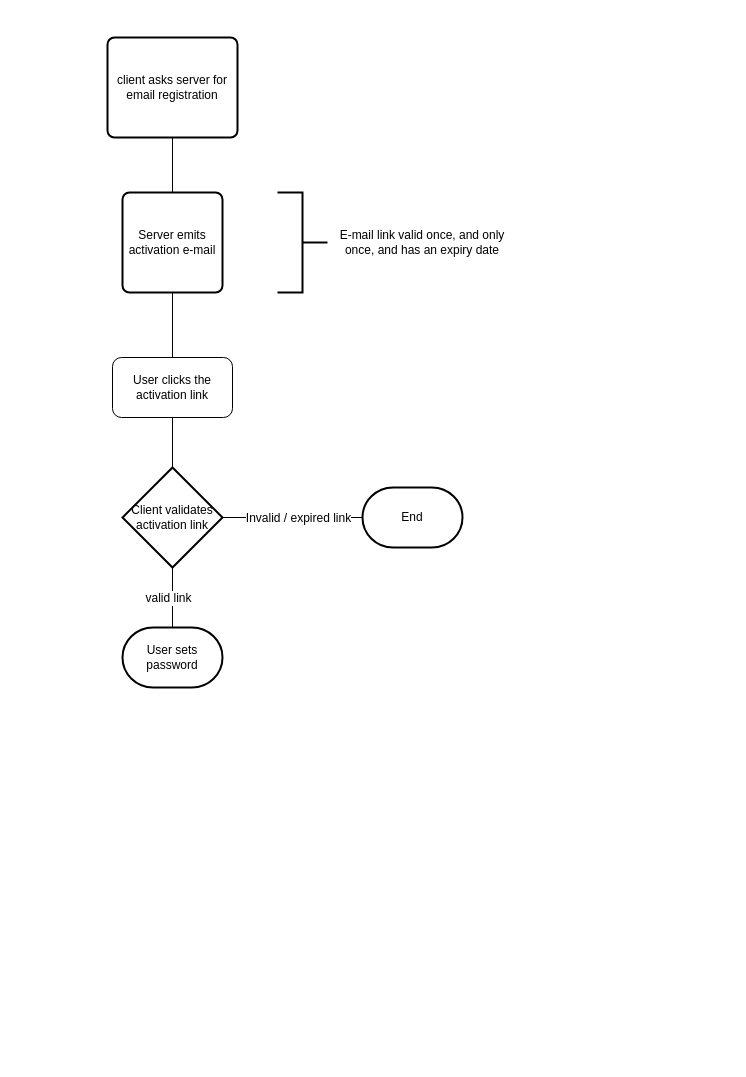
Before: features/Authentication/UserRegistration.drawio in shopozor/saleor-backend, a draw.io diagram. Source tidied: cells renumbered, new cells numbered last; positions are measured from the earlier drawing's top-left corner, leaving out a move shared by most shapes. Both pictures are drawn from the tidied source at 100%, with x=0, y=0 at pixel (107, 37).
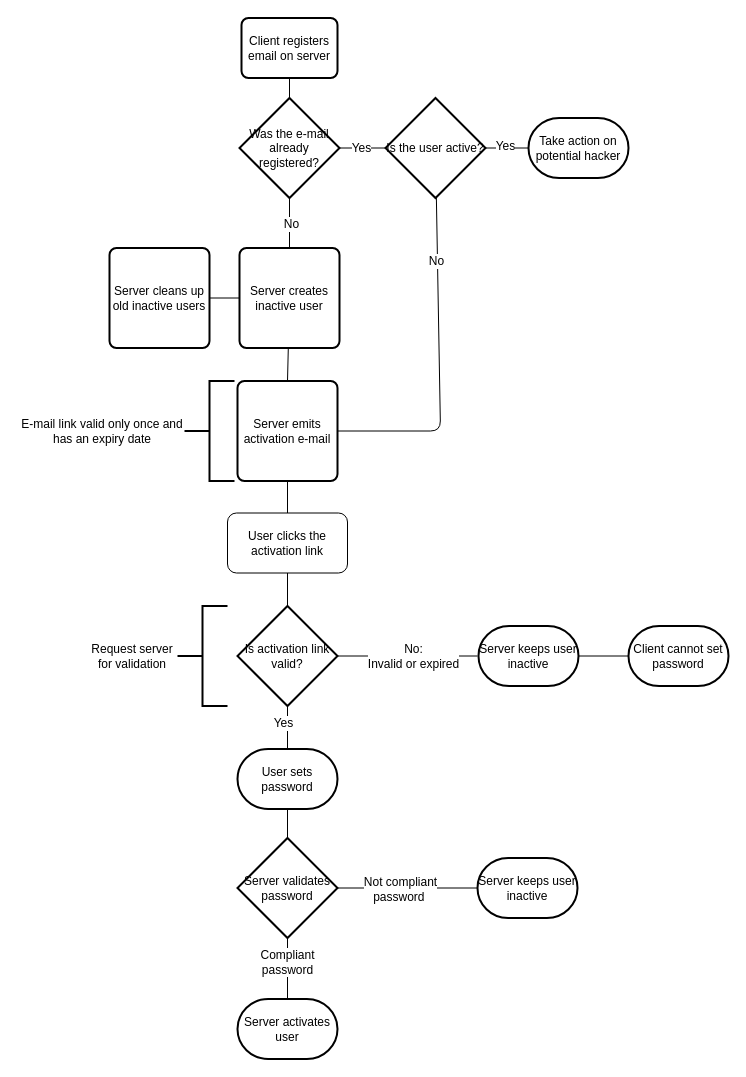
After the change.

Commit message:
finalize server registration proposition

The change refers to these unchanged cells:
```xml
<mxCell id="15" style="endArrow=none;html=1;entryX=0.5;entryY=1;entryDx=0;entryDy=0;entryPerimeter=0;exitX=0.5;exitY=0;exitDx=0;exitDy=0;exitPerimeter=0;" parent="1" edge="1" source="11" target="9">
  <mxGeometry relative="1" as="geometry" />
</mxCell>
```

What changed in the source:
```diff
@@
-    <mxCell id="2" value="client asks server for email registration" style="rounded=1;whiteSpace=wrap;html=1;absoluteArcSize=1;arcSize=14;strokeWidth=2;" parent="1" vertex="1">
-      <mxGeometry width="130" height="100" as="geometry" />
+    <mxCell id="2" value="Client registers email on server" style="rounded=1;whiteSpace=wrap;html=1;absoluteArcSize=1;arcSize=14;strokeWidth=2;" parent="1" vertex="1">
+      <mxGeometry x="134" y="-19.5" width="96" height="60" as="geometry" />
     </mxCell>
-    <mxCell id="3" style="endArrow=none;html=1;entryX=0.5;entryY=1;entryDx=0;entryDy=0;" parent="1" edge="1" target="2">
-      <mxGeometry relative="1" as="geometry">
-        <mxPoint x="65" y="230" as="sourcePoint" />
-      </mxGeometry>
-    </mxCell>
     <mxCell id="4" value="Server emits activation e-mail" style="rounded=1;whiteSpace=wrap;html=1;absoluteArcSize=1;arcSize=14;strokeWidth=2;" parent="1" vertex="1">
-      <mxGeometry x="15" y="155" width="100" height="100" as="geometry" />
+      <mxGeometry x="130" y="343.5" width="100" height="100" as="geometry" />
     </mxCell>
-    <mxCell id="5" style="strokeWidth=2;html=1;shape=mxgraph.flowchart.annotation_2;align=left;flipV=1;flipH=1;" parent="1" vertex="1">
-      <mxGeometry x="170" y="155" width="50" height="100" as="geometry" />
+    <mxCell id="5" style="strokeWidth=2;html=1;shape=mxgraph.flowchart.annotation_2;align=left;flipV=1;flipH=0;" parent="1" vertex="1">
+      <mxGeometry x="77" y="343.5" width="50" height="100" as="geometry" />
     </mxCell>
-    <mxCell id="6" value="&lt;span&gt;E-mail link valid once, and only once, and has an expiry date&lt;/span&gt;" style="text;html=1;strokeColor=none;fillColor=none;align=center;verticalAlign=middle;whiteSpace=wrap;rounded=0;" parent="1" vertex="1">
-      <mxGeometry x="230" y="185" width="170" height="40" as="geometry" />
+    <mxCell id="6" value="&lt;span&gt;E-mail link valid only once and has an expiry date&lt;/span&gt;" style="text;html=1;strokeColor=none;fillColor=none;align=center;verticalAlign=middle;whiteSpace=wrap;rounded=0;" parent="1" vertex="1">
+      <mxGeometry x="-90" y="373.5" width="170" height="40" as="geometry" />
     </mxCell>
     <mxCell id="7" value="User clicks the activation link" style="rounded=1;whiteSpace=wrap;html=1;" parent="1" vertex="1">
-      <mxGeometry x="5" y="320" width="120" height="60" as="geometry" />
+      <mxGeometry x="120" y="475.5" width="120" height="60" as="geometry" />
     </mxCell>
@@
-    <mxCell id="9" value="Client validates activation link" style="strokeWidth=2;html=1;shape=mxgraph.flowchart.decision;whiteSpace=wrap;" parent="1" vertex="1">
-      <mxGeometry x="15" y="430" width="100" height="100" as="geometry" />
+    <mxCell id="9" value="Is activation link valid?" style="strokeWidth=2;html=1;shape=mxgraph.flowchart.decision;whiteSpace=wrap;" parent="1" vertex="1">
+      <mxGeometry x="130" y="568.5" width="100" height="100" as="geometry" />
     </mxCell>
@@
     <mxCell id="11" value="User sets password" style="strokeWidth=2;html=1;shape=mxgraph.flowchart.terminator;whiteSpace=wrap;" parent="1" vertex="1">
-      <mxGeometry x="15" y="590" width="100" height="60" as="geometry" />
+      <mxGeometry x="130" y="711.5" width="100" height="60" as="geometry" />
     </mxCell>
-    <mxCell id="12" value="End" style="strokeWidth=2;html=1;shape=mxgraph.flowchart.terminator;whiteSpace=wrap;" parent="1" vertex="1">
-      <mxGeometry x="255" y="450" width="100" height="60" as="geometry" />
-    </mxCell>
-    <mxCell id="13" style="endArrow=none;html=1;exitX=1;exitY=0.5;exitDx=0;exitDy=0;exitPerimeter=0;entryX=0;entryY=0.5;entryDx=0;entryDy=0;entryPerimeter=0;" parent="1" edge="1" source="9" target="12">
-      <mxGeometry relative="1" as="geometry" />
+    <mxCell id="13" style="endArrow=none;html=1;exitX=1;exitY=0.5;exitDx=0;exitDy=0;exitPerimeter=0;entryX=0;entryY=0.5;entryDx=0;entryDy=0;entryPerimeter=0;" parent="1" edge="1" source="9">
+      <mxGeometry relative="1" as="geometry">
+        <mxPoint x="370" y="618.5" as="targetPoint" />
+      </mxGeometry>
     </mxCell>
-    <mxCell id="14" value="Invalid / expired link" style="text;html=1;align=center;verticalAlign=middle;labelBackgroundColor=#ffffff;" parent="13" vertex="1">
+    <mxCell id="14" value="No:&lt;br&gt;Invalid or expired&lt;br&gt;" style="text;html=1;align=center;verticalAlign=middle;labelBackgroundColor=#ffffff;" parent="13" vertex="1">
       <mxGeometry x="-0.13" y="-3" relative="1" as="geometry">
         <mxPoint x="14" y="-3" as="offset" />
       </mxGeometry>
     </mxCell>
@@
-    <mxCell id="16" value="valid link" style="text;html=1;align=center;verticalAlign=middle;labelBackgroundColor=#ffffff;" parent="15" vertex="1">
+    <mxCell id="16" value="Yes" style="text;html=1;align=center;verticalAlign=middle;labelBackgroundColor=#ffffff;" parent="15" vertex="1">
       <mxGeometry x="-0.51" y="-3" relative="1" as="geometry">
         <mxPoint x="-8" y="-15" as="offset" />
       </mxGeometry>
     </mxCell>
+    <mxCell id="17" value="Server validates password" style="strokeWidth=2;html=1;shape=mxgraph.flowchart.decision;whiteSpace=wrap;" parent="1" vertex="1">
+      <mxGeometry x="130" y="800.5" width="100" height="100" as="geometry" />
+    </mxCell>
+    <mxCell id="18" value="Server keeps user inactive" style="strokeWidth=2;html=1;shape=mxgraph.flowchart.terminator;whiteSpace=wrap;" parent="1" vertex="1">
+      <mxGeometry x="370" y="820.5" width="100" height="60" as="geometry" />
+    </mxCell>
+    <mxCell id="19" value="Server activates user" style="strokeWidth=2;html=1;shape=mxgraph.flowchart.terminator;whiteSpace=wrap;" parent="1" vertex="1">
+      <mxGeometry x="130" y="961.5" width="100" height="60" as="geometry" />
+    </mxCell>
+    <mxCell id="20" style="endArrow=none;html=1;entryX=0.5;entryY=1;entryDx=0;entryDy=0;entryPerimeter=0;exitX=0.5;exitY=0;exitDx=0;exitDy=0;exitPerimeter=0;" parent="1" edge="1" source="17" target="11">
+      <mxGeometry relative="1" as="geometry" />
+    </mxCell>
+    <mxCell id="21" style="endArrow=none;html=1;entryX=0;entryY=0.5;entryDx=0;entryDy=0;entryPerimeter=0;exitX=1;exitY=0.5;exitDx=0;exitDy=0;exitPerimeter=0;" parent="1" edge="1" source="17" target="18">
+      <mxGeometry relative="1" as="geometry" />
+    </mxCell>
+    <mxCell id="22" value="Not compliant&lt;br&gt;password&amp;nbsp;&lt;br&gt;" style="text;html=1;align=center;verticalAlign=middle;labelBackgroundColor=#ffffff;" parent="21" vertex="1">
+      <mxGeometry x="0.47" y="-1" relative="1" as="geometry">
+        <mxPoint x="-41" as="offset" />
+      </mxGeometry>
+    </mxCell>
+    <mxCell id="23" style="endArrow=none;html=1;entryX=0.5;entryY=1;entryDx=0;entryDy=0;entryPerimeter=0;exitX=0.5;exitY=0;exitDx=0;exitDy=0;exitPerimeter=0;" parent="1" edge="1" source="19" target="17">
+      <mxGeometry relative="1" as="geometry" />
+    </mxCell>
+    <mxCell id="24" value="Compliant&lt;br&gt;password&lt;br&gt;" style="text;html=1;align=center;verticalAlign=middle;labelBackgroundColor=#ffffff;" parent="23" vertex="1">
+      <mxGeometry x="0.22" y="1" relative="1" as="geometry" />
+    </mxCell>
+    <mxCell id="25" style="strokeWidth=2;html=1;shape=mxgraph.flowchart.annotation_2;align=left;" parent="1" vertex="1">
+      <mxGeometry x="70" y="568.5" width="50" height="100" as="geometry" />
+    </mxCell>
+    <mxCell id="26" value="Request server for validation" style="text;html=1;strokeColor=none;fillColor=none;align=center;verticalAlign=middle;whiteSpace=wrap;rounded=0;" parent="1" vertex="1">
+      <mxGeometry x="-20" y="588.5" width="90" height="60" as="geometry" />
+    </mxCell>
+    <mxCell id="27" value="Server keeps user inactive" style="strokeWidth=2;html=1;shape=mxgraph.flowchart.terminator;whiteSpace=wrap;" parent="1" vertex="1">
+      <mxGeometry x="371" y="588.5" width="100" height="60" as="geometry" />
+    </mxCell>
+    <mxCell id="28" value="Is the user active?" style="strokeWidth=2;html=1;shape=mxgraph.flowchart.decision;whiteSpace=wrap;" parent="1" vertex="1">
+      <mxGeometry x="278" y="60.5" width="100" height="100" as="geometry" />
+    </mxCell>
+    <mxCell id="29" value="Was the e-mail already registered?" style="strokeWidth=2;html=1;shape=mxgraph.flowchart.decision;whiteSpace=wrap;" parent="1" vertex="1">
+      <mxGeometry x="132" y="60.5" width="100" height="100" as="geometry" />
+    </mxCell>
+    <mxCell id="30" value="Server creates inactive user" style="rounded=1;whiteSpace=wrap;html=1;absoluteArcSize=1;arcSize=14;strokeWidth=2;" parent="1" vertex="1">
+      <mxGeometry x="132" y="210.5" width="100" height="100" as="geometry" />
+    </mxCell>
+    <mxCell id="31" style="endArrow=none;html=1;entryX=0.5;entryY=1;entryDx=0;entryDy=0;exitX=0.5;exitY=0;exitDx=0;exitDy=0;exitPerimeter=0;" parent="1" edge="1" source="29" target="2">
+      <mxGeometry relative="1" as="geometry" />
+    </mxCell>
+    <mxCell id="32" style="endArrow=none;html=1;entryX=0;entryY=0.5;entryDx=0;entryDy=0;entryPerimeter=0;" parent="1" edge="1" source="29" target="28">
+      <mxGeometry relative="1" as="geometry" />
+    </mxCell>
+    <mxCell id="33" value="Yes" style="text;html=1;align=center;verticalAlign=middle;labelBackgroundColor=#ffffff;" parent="32" vertex="1">
+      <mxGeometry x="0.41" y="-1" relative="1" as="geometry">
+        <mxPoint x="-11" y="-1" as="offset" />
+      </mxGeometry>
+    </mxCell>
+    <mxCell id="34" style="endArrow=none;html=1;entryX=0.5;entryY=1;entryDx=0;entryDy=0;entryPerimeter=0;exitX=0.5;exitY=0;exitDx=0;exitDy=0;" parent="1" edge="1" source="30" target="29">
+      <mxGeometry relative="1" as="geometry" />
+    </mxCell>
+    <mxCell id="35" value="No" style="text;html=1;align=center;verticalAlign=middle;labelBackgroundColor=#ffffff;" parent="34" vertex="1">
+      <mxGeometry x="-0.52" y="1" relative="1" as="geometry">
+        <mxPoint x="2" y="-12" as="offset" />
+      </mxGeometry>
+    </mxCell>
+    <mxCell id="36" value="Take action on potential hacker" style="strokeWidth=2;html=1;shape=mxgraph.flowchart.terminator;whiteSpace=wrap;" parent="1" vertex="1">
+      <mxGeometry x="421" y="80.5" width="100" height="60" as="geometry" />
+    </mxCell>
+    <mxCell id="37" style="endArrow=none;html=1;entryX=0;entryY=0.5;entryDx=0;entryDy=0;entryPerimeter=0;" parent="1" edge="1" source="28" target="36">
+      <mxGeometry relative="1" as="geometry" />
+    </mxCell>
+    <mxCell id="38" value="Yes" style="text;html=1;align=center;verticalAlign=middle;labelBackgroundColor=#ffffff;" parent="37" vertex="1">
+      <mxGeometry x="-0.49" y="-4" relative="1" as="geometry">
+        <mxPoint x="8" y="-6" as="offset" />
+      </mxGeometry>
+    </mxCell>
+    <mxCell id="39" style="endArrow=none;html=1;entryX=1;entryY=0.5;entryDx=0;entryDy=0;" parent="1" edge="1" source="28" target="4">
+      <mxGeometry relative="1" as="geometry">
+        <Array as="points">
+          <mxPoint x="333" y="393.5" />
+        </Array>
+      </mxGeometry>
+    </mxCell>
+    <mxCell id="40" value="No" style="text;html=1;align=center;verticalAlign=middle;labelBackgroundColor=#ffffff;" parent="39" vertex="1">
+      <mxGeometry x="-0.73" y="-2" relative="1" as="geometry">
+        <mxPoint x="1" y="18" as="offset" />
+      </mxGeometry>
+    </mxCell>
+    <mxCell id="41" style="endArrow=none;html=1;entryX=0.5;entryY=0;entryDx=0;entryDy=0;" parent="1" edge="1" source="30" target="4">
+      <mxGeometry relative="1" as="geometry" />
+    </mxCell>
+    <mxCell id="42" value="&lt;span&gt;Server cleans up old inactive users&lt;/span&gt;" style="rounded=1;whiteSpace=wrap;html=1;absoluteArcSize=1;arcSize=14;strokeWidth=2;" parent="1" vertex="1">
+      <mxGeometry x="2" y="210.5" width="100" height="100" as="geometry" />
+    </mxCell>
+    <mxCell id="43" style="endArrow=none;html=1;entryX=0;entryY=0.5;entryDx=0;entryDy=0;" parent="1" edge="1" source="42" target="30">
+      <mxGeometry relative="1" as="geometry" />
+    </mxCell>
+    <mxCell id="44" value="Client cannot set password" style="strokeWidth=2;html=1;shape=mxgraph.flowchart.terminator;whiteSpace=wrap;" parent="1" vertex="1">
+      <mxGeometry x="521" y="588.5" width="100" height="60" as="geometry" />
+    </mxCell>
+    <mxCell id="45" style="endArrow=none;html=1;entryX=0;entryY=0.5;entryDx=0;entryDy=0;entryPerimeter=0;" parent="1" edge="1" source="27" target="44">
+      <mxGeometry relative="1" as="geometry" />
+    </mxCell>
```
